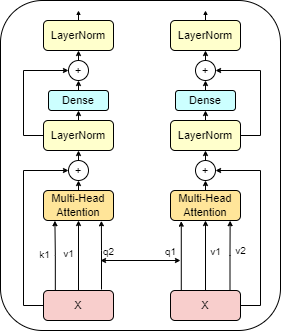
coderxiacheng/testmail keeps this draw.io diagram as 未命名绘图.drawio.png. Above is the earlier version. Source tidied: cells renumbered, new cells last; positions are measured from the earlier drawing's top-left corner, leaving out a move shared by most shapes.
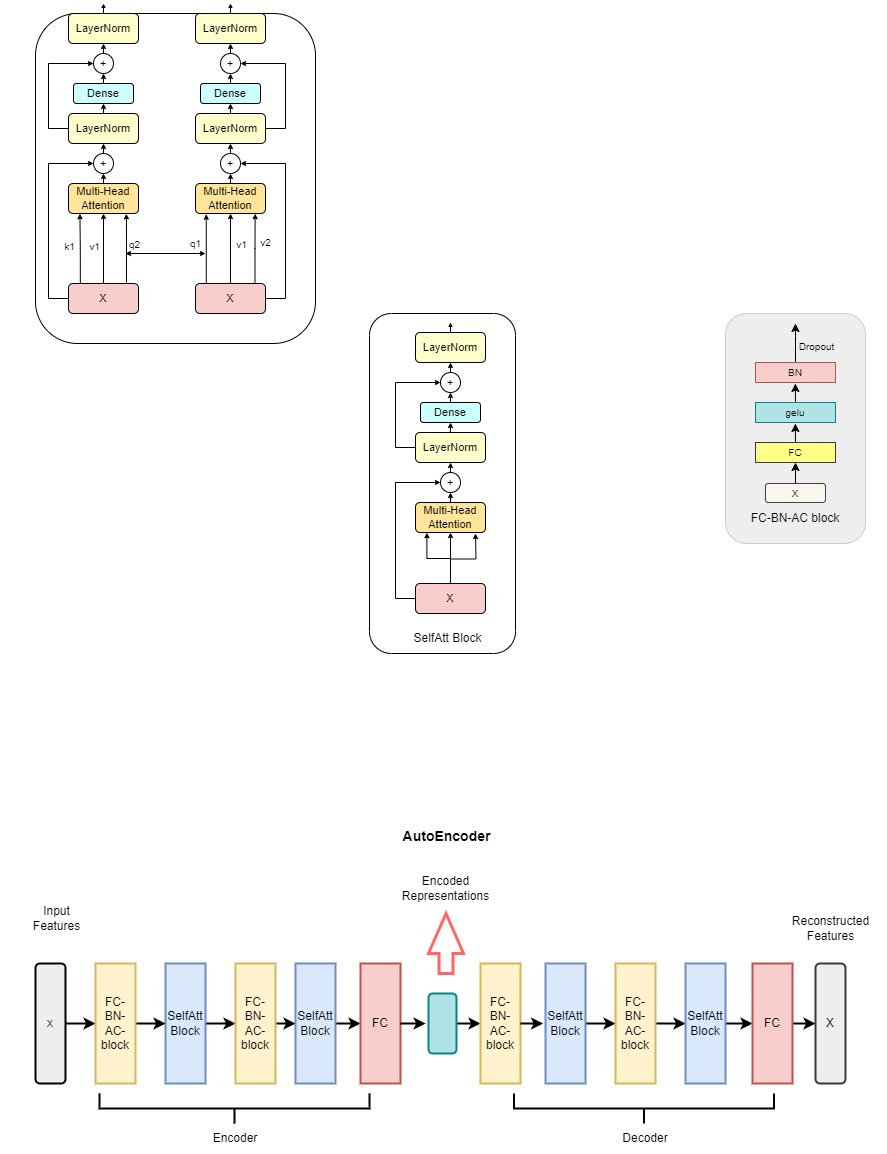
The same diagram one commit later.

Commit message:
更新未命名绘图.drawio.png

Diff of the diagram source:
```diff
@@ -2,8 +2,14 @@
   <root>
     <mxCell id="0" />
     <mxCell id="1" parent="0" />
+    <mxCell id="46" style="rounded=1;whiteSpace=wrap;html=1;strokeWidth=1;perimeterSpacing=17;shadow=0;fillStyle=auto;fontSize=10;fillColor=#eeeeee;strokeColor=#CCCCCC;" parent="1" vertex="1">
+      <mxGeometry x="700" y="320" width="140" height="230" as="geometry" />
+    </mxCell>
+    <mxCell id="47" style="rounded=1;whiteSpace=wrap;html=1;strokeWidth=1;perimeterSpacing=17;shadow=0;fillStyle=auto;" parent="1" vertex="1">
+      <mxGeometry x="344" y="320" width="146" height="340" as="geometry" />
+    </mxCell>
     <mxCell id="2" style="rounded=1;whiteSpace=wrap;html=1;strokeWidth=1;perimeterSpacing=17;shadow=0;fillStyle=auto;" parent="1" vertex="1">
-      <mxGeometry width="280" height="330" as="geometry" />
+      <mxGeometry x="10" y="20" width="280" height="330" as="geometry" />
     </mxCell>
     <mxCell id="3" style="edgeStyle=orthogonalEdgeStyle;rounded=0;jettySize=auto;html=1;exitX=0.5;exitY=0;exitDx=0;exitDy=0;entryX=0.5;entryY=1;entryDx=0;entryDy=0;endSize=3;startSize=3;strokeWidth=1;fontSize=11;" parent="1" edge="1" source="10" target="14">
       <mxGeometry relative="1" as="geometry" />
@@ -159,5 +165,211 @@
         <mxPoint x="180" y="260" as="targetPoint" />
       </mxGeometry>
     </mxCell>
+    <mxCell id="48" style="edgeStyle=orthogonalEdgeStyle;rounded=0;jettySize=auto;html=1;exitX=0.5;exitY=0;exitDx=0;exitDy=0;entryX=0.5;entryY=1;entryDx=0;entryDy=0;endSize=3;startSize=3;strokeWidth=1;fontSize=11;" parent="1" edge="1" source="52" target="56">
+      <mxGeometry relative="1" as="geometry" />
+    </mxCell>
+    <mxCell id="49" style="edgeStyle=orthogonalEdgeStyle;rounded=0;jettySize=auto;html=1;exitX=0;exitY=0.5;exitDx=0;exitDy=0;entryX=0;entryY=0.5;entryDx=0;entryDy=0;endSize=3;strokeWidth=1;fontSize=11;" parent="1" edge="1" source="52" target="54">
+      <mxGeometry relative="1" as="geometry" />
+    </mxCell>
+    <mxCell id="50" style="edgeStyle=orthogonalEdgeStyle;rounded=0;jettySize=auto;html=1;entryX=0.163;entryY=1.007;entryDx=0;entryDy=0;strokeWidth=1;endSize=3;entryPerimeter=0;fontSize=11;" parent="1" edge="1" target="56">
+      <mxGeometry relative="1" as="geometry">
+        <mxPoint x="425" y="589" as="sourcePoint" />
+        <Array as="points">
+          <mxPoint x="402" y="565" />
+        </Array>
+      </mxGeometry>
+    </mxCell>
+    <mxCell id="51" style="edgeStyle=orthogonalEdgeStyle;rounded=0;jettySize=auto;html=1;exitX=0.5;exitY=0;exitDx=0;exitDy=0;endSize=3;" parent="1" edge="1" source="52">
+      <mxGeometry relative="1" as="geometry">
+        <mxPoint x="450" y="540" as="targetPoint" />
+      </mxGeometry>
+    </mxCell>
+    <mxCell id="52" value="X" style="rounded=1;whiteSpace=wrap;html=1;fillColor=#f8cecc;strokeColor=#000000;strokeWidth=1;fontSize=11;" parent="1" vertex="1">
+      <mxGeometry x="390" y="590" width="70" height="30" as="geometry" />
+    </mxCell>
+    <mxCell id="53" style="edgeStyle=orthogonalEdgeStyle;rounded=0;jettySize=auto;html=1;exitX=0.5;exitY=0;exitDx=0;exitDy=0;entryX=0.5;entryY=1;entryDx=0;entryDy=0;endSize=3;strokeWidth=1;fontSize=11;" parent="1" edge="1" source="54" target="59">
+      <mxGeometry relative="1" as="geometry" />
+    </mxCell>
+    <mxCell id="54" value="+" style="ellipse;whiteSpace=wrap;html=1;fontSize=11;strokeWidth=1;" parent="1" vertex="1">
+      <mxGeometry x="415" y="479" width="20" height="20" as="geometry" />
+    </mxCell>
+    <mxCell id="55" style="edgeStyle=orthogonalEdgeStyle;rounded=0;jettySize=auto;html=1;exitX=0.5;exitY=0;exitDx=0;exitDy=0;entryX=0.5;entryY=1;entryDx=0;entryDy=0;endSize=3;strokeWidth=1;fontSize=11;" parent="1" edge="1" source="56" target="54">
+      <mxGeometry relative="1" as="geometry" />
+    </mxCell>
+    <mxCell id="56" value="Multi-Head&lt;div style=&quot;font-size: 11px;&quot;&gt;Attention&lt;/div&gt;" style="rounded=1;whiteSpace=wrap;html=1;fillColor=#FFE599;strokeColor=#000000;strokeWidth=1;fontSize=11;" parent="1" vertex="1">
+      <mxGeometry x="390" y="509" width="70" height="30" as="geometry" />
+    </mxCell>
+    <mxCell id="57" style="edgeStyle=orthogonalEdgeStyle;rounded=0;jettySize=auto;html=1;exitX=0.5;exitY=0;exitDx=0;exitDy=0;entryX=0.5;entryY=1;entryDx=0;entryDy=0;endSize=3;strokeWidth=1;fontSize=11;" parent="1" edge="1" source="59" target="61">
+      <mxGeometry relative="1" as="geometry" />
+    </mxCell>
+    <mxCell id="58" style="edgeStyle=orthogonalEdgeStyle;rounded=0;jettySize=auto;html=1;exitX=0;exitY=0.5;exitDx=0;exitDy=0;entryX=0;entryY=0.5;entryDx=0;entryDy=0;endSize=3;strokeWidth=1;fontSize=11;" parent="1" edge="1" source="59" target="63">
+      <mxGeometry relative="1" as="geometry" />
+    </mxCell>
+    <mxCell id="59" value="LayerNorm" style="rounded=1;whiteSpace=wrap;html=1;fillColor=#FFFFCC;strokeColor=#000000;strokeWidth=1;fontSize=11;" parent="1" vertex="1">
+      <mxGeometry x="390" y="439" width="70" height="30" as="geometry" />
+    </mxCell>
+    <mxCell id="60" style="edgeStyle=orthogonalEdgeStyle;rounded=0;jettySize=auto;html=1;exitX=0.5;exitY=0;exitDx=0;exitDy=0;entryX=0.5;entryY=1;entryDx=0;entryDy=0;endSize=3;strokeWidth=1;fontSize=11;" parent="1" edge="1" source="61" target="63">
+      <mxGeometry relative="1" as="geometry" />
+    </mxCell>
+    <mxCell id="61" value="Dense" style="rounded=1;whiteSpace=wrap;html=1;fillColor=#CCFFFF;strokeColor=#000000;strokeWidth=1;fontSize=11;" parent="1" vertex="1">
+      <mxGeometry x="395" y="409" width="60" height="20" as="geometry" />
+    </mxCell>
+    <mxCell id="62" style="edgeStyle=orthogonalEdgeStyle;rounded=0;jettySize=auto;html=1;exitX=0.5;exitY=0;exitDx=0;exitDy=0;entryX=0.5;entryY=1;entryDx=0;entryDy=0;endSize=3;strokeWidth=1;fontSize=11;" parent="1" edge="1" source="63" target="65">
+      <mxGeometry relative="1" as="geometry" />
+    </mxCell>
+    <mxCell id="63" value="+" style="ellipse;whiteSpace=wrap;html=1;fontSize=11;strokeWidth=1;" parent="1" vertex="1">
+      <mxGeometry x="415" y="379" width="20" height="20" as="geometry" />
+    </mxCell>
+    <mxCell id="64" style="edgeStyle=orthogonalEdgeStyle;rounded=0;jettySize=auto;html=1;exitX=0.5;exitY=0;exitDx=0;exitDy=0;endSize=2;strokeWidth=1;fontSize=11;" parent="1" edge="1" source="65">
+      <mxGeometry relative="1" as="geometry">
+        <mxPoint x="425" y="329" as="targetPoint" />
+      </mxGeometry>
+    </mxCell>
+    <mxCell id="65" value="LayerNorm" style="rounded=1;whiteSpace=wrap;html=1;fillColor=#FFFFCC;strokeColor=#000000;strokeWidth=1;fontSize=11;" parent="1" vertex="1">
+      <mxGeometry x="390" y="339" width="70" height="30" as="geometry" />
+    </mxCell>
+    <mxCell id="66" style="edgeStyle=orthogonalEdgeStyle;rounded=0;jettySize=auto;html=1;exitX=1;exitY=0.5;exitDx=0;exitDy=0;entryX=0.5;entryY=1;entryDx=0;entryDy=0;strokeWidth=2;" parent="1" edge="1" source="67" target="82">
+      <mxGeometry relative="1" as="geometry" />
+    </mxCell>
+    <mxCell id="67" value="x" style="rounded=1;whiteSpace=wrap;html=1;fillColor=#eeeeee;strokeColor=#000000;strokeWidth=2;" parent="1" vertex="1">
+      <mxGeometry x="10" y="970" width="30" height="120" as="geometry" />
+    </mxCell>
+    <mxCell id="68" style="edgeStyle=orthogonalEdgeStyle;rounded=0;jettySize=auto;html=1;exitX=0.5;exitY=0;exitDx=0;exitDy=0;fontSize=10;" parent="1" edge="1" source="70">
+      <mxGeometry relative="1" as="geometry">
+        <mxPoint x="770" y="330" as="targetPoint" />
+      </mxGeometry>
+    </mxCell>
+    <mxCell id="69" value="Dropout" style="edgeLabel;html=1;align=center;verticalAlign=middle;fontSize=10;labelBackgroundColor=none;" parent="68" vertex="1">
+      <mxGeometry x="-0.52" y="-2" relative="1" as="geometry">
+        <mxPoint x="18" y="-8" as="offset" />
+      </mxGeometry>
+    </mxCell>
+    <mxCell id="70" value="BN" style="rounded=0;whiteSpace=wrap;html=1;fontSize=10;fillColor=#f8cecc;strokeColor=#b85450;" parent="1" vertex="1">
+      <mxGeometry x="730" y="369" width="80" height="20" as="geometry" />
+    </mxCell>
+    <mxCell id="71" style="edgeStyle=orthogonalEdgeStyle;rounded=0;jettySize=auto;html=1;exitX=0.5;exitY=0;exitDx=0;exitDy=0;fontSize=10;" parent="1" edge="1" source="72">
+      <mxGeometry relative="1" as="geometry">
+        <mxPoint x="769.9" y="390" as="targetPoint" />
+      </mxGeometry>
+    </mxCell>
+    <mxCell id="72" value="gelu" style="rounded=0;whiteSpace=wrap;html=1;fontSize=10;fillColor=#b0e3e6;strokeColor=#0e8088;" parent="1" vertex="1">
+      <mxGeometry x="730" y="409" width="80" height="20" as="geometry" />
+    </mxCell>
+    <mxCell id="73" style="edgeStyle=orthogonalEdgeStyle;rounded=0;jettySize=auto;html=1;exitX=0.5;exitY=0;exitDx=0;exitDy=0;fontSize=10;" parent="1" edge="1" source="74">
+      <mxGeometry relative="1" as="geometry">
+        <mxPoint x="769.9" y="430" as="targetPoint" />
+      </mxGeometry>
+    </mxCell>
+    <mxCell id="74" value="FC" style="rounded=0;whiteSpace=wrap;html=1;fontSize=10;fillColor=#ffff88;strokeColor=#36393d;" parent="1" vertex="1">
+      <mxGeometry x="730" y="449" width="80" height="20" as="geometry" />
+    </mxCell>
+    <mxCell id="75" style="edgeStyle=orthogonalEdgeStyle;rounded=0;jettySize=auto;html=1;exitX=0.5;exitY=0;exitDx=0;exitDy=0;entryX=0.5;entryY=1;entryDx=0;entryDy=0;fontSize=10;" parent="1" edge="1" source="76" target="74">
+      <mxGeometry relative="1" as="geometry" />
+    </mxCell>
+    <mxCell id="76" value="X" style="rounded=1;whiteSpace=wrap;html=1;fontSize=10;fillColor=#f9f7ed;strokeColor=#36393d;" parent="1" vertex="1">
+      <mxGeometry x="740" y="490" width="60" height="19" as="geometry" />
+    </mxCell>
+    <mxCell id="77" value="FC-BN-AC block" style="text;html=1;align=center;verticalAlign=middle;whiteSpace=wrap;rounded=0;" parent="1" vertex="1">
+      <mxGeometry x="720" y="510" width="100" height="30" as="geometry" />
+    </mxCell>
+    <mxCell id="78" style="edgeStyle=orthogonalEdgeStyle;rounded=0;jettySize=auto;html=1;exitX=0.5;exitY=0;exitDx=0;exitDy=0;entryX=0.5;entryY=1;entryDx=0;entryDy=0;strokeWidth=2;" parent="1" edge="1" source="79" target="84">
+      <mxGeometry relative="1" as="geometry" />
+    </mxCell>
+    <mxCell id="79" value="SelfAtt&lt;div&gt;Block&lt;/div&gt;" style="rounded=0;whiteSpace=wrap;html=1;direction=south;fillColor=#dae8fc;strokeColor=#6c8ebf;strokeWidth=2;" parent="1" vertex="1">
+      <mxGeometry x="140" y="970" width="40" height="120" as="geometry" />
+    </mxCell>
+    <mxCell id="80" value="SelfAtt Block" style="text;html=1;align=center;verticalAlign=middle;whiteSpace=wrap;rounded=0;" parent="1" vertex="1">
+      <mxGeometry x="375" y="630" width="95" height="30" as="geometry" />
+    </mxCell>
+    <mxCell id="81" style="edgeStyle=orthogonalEdgeStyle;rounded=0;jettySize=auto;html=1;exitX=0.5;exitY=0;exitDx=0;exitDy=0;entryX=0.5;entryY=1;entryDx=0;entryDy=0;strokeWidth=2;" parent="1" edge="1" source="82" target="79">
+      <mxGeometry relative="1" as="geometry" />
+    </mxCell>
+    <mxCell id="82" value="FC-BN-AC-block" style="rounded=0;whiteSpace=wrap;html=1;direction=south;fillColor=#fff2cc;strokeColor=#d6b656;strokeWidth=2;" parent="1" vertex="1">
+      <mxGeometry x="70" y="970" width="40" height="120" as="geometry" />
+    </mxCell>
+    <mxCell id="83" style="edgeStyle=orthogonalEdgeStyle;rounded=0;jettySize=auto;html=1;exitX=0.5;exitY=0;exitDx=0;exitDy=0;entryX=0.5;entryY=1;entryDx=0;entryDy=0;strokeWidth=2;" parent="1" edge="1" source="84" target="86">
+      <mxGeometry relative="1" as="geometry" />
+    </mxCell>
+    <mxCell id="84" value="FC-BN-AC-block" style="rounded=0;whiteSpace=wrap;html=1;direction=south;fillColor=#fff2cc;strokeColor=#d6b656;strokeWidth=2;" parent="1" vertex="1">
+      <mxGeometry x="210" y="970" width="40" height="120" as="geometry" />
+    </mxCell>
+    <mxCell id="85" style="edgeStyle=orthogonalEdgeStyle;rounded=0;jettySize=auto;html=1;exitX=0.5;exitY=0;exitDx=0;exitDy=0;entryX=0.5;entryY=1;entryDx=0;entryDy=0;strokeWidth=2;" parent="1" edge="1" source="86" target="87">
+      <mxGeometry relative="1" as="geometry" />
+    </mxCell>
+    <mxCell id="86" value="SelfAtt&lt;div&gt;Block&lt;/div&gt;" style="rounded=0;whiteSpace=wrap;html=1;direction=south;fillColor=#dae8fc;strokeColor=#6c8ebf;strokeWidth=2;" parent="1" vertex="1">
+      <mxGeometry x="270" y="970" width="40" height="120" as="geometry" />
+    </mxCell>
+    <mxCell id="87" value="FC" style="rounded=0;whiteSpace=wrap;html=1;direction=south;fillColor=#f8cecc;strokeColor=#b85450;strokeWidth=2;" parent="1" vertex="1">
+      <mxGeometry x="335" y="970" width="40" height="120" as="geometry" />
+    </mxCell>
+    <mxCell id="88" style="edgeStyle=orthogonalEdgeStyle;rounded=0;jettySize=auto;html=1;exitX=1;exitY=0.5;exitDx=0;exitDy=0;entryX=0.5;entryY=1;entryDx=0;entryDy=0;strokeWidth=2;" parent="1" edge="1" source="89" target="92">
+      <mxGeometry relative="1" as="geometry" />
+    </mxCell>
+    <mxCell id="89" style="rounded=1;whiteSpace=wrap;html=1;fillColor=#b0e3e6;strokeColor=#0e8088;strokeWidth=2;" parent="1" vertex="1">
+      <mxGeometry x="403" y="1000" width="28" height="60" as="geometry" />
+    </mxCell>
+    <mxCell id="90" style="edgeStyle=orthogonalEdgeStyle;rounded=0;jettySize=auto;html=1;exitX=0.5;exitY=0;exitDx=0;exitDy=0;entryX=0.5;entryY=1;entryDx=0;entryDy=0;strokeWidth=2;" parent="1" edge="1" source="91" target="94">
+      <mxGeometry relative="1" as="geometry" />
+    </mxCell>
+    <mxCell id="91" value="SelfAtt&lt;div&gt;Block&lt;/div&gt;" style="rounded=0;whiteSpace=wrap;html=1;direction=south;fillColor=#dae8fc;strokeColor=#6c8ebf;strokeWidth=2;" parent="1" vertex="1">
+      <mxGeometry x="520" y="970" width="40" height="120" as="geometry" />
+    </mxCell>
+    <mxCell id="92" value="FC-BN-AC-block" style="rounded=0;whiteSpace=wrap;html=1;direction=south;fillColor=#fff2cc;strokeColor=#d6b656;strokeWidth=2;" parent="1" vertex="1">
+      <mxGeometry x="455" y="970" width="40" height="120" as="geometry" />
+    </mxCell>
+    <mxCell id="93" style="edgeStyle=orthogonalEdgeStyle;rounded=0;jettySize=auto;html=1;exitX=0.5;exitY=0;exitDx=0;exitDy=0;entryX=0.5;entryY=1;entryDx=0;entryDy=0;strokeWidth=2;" parent="1" edge="1" source="94" target="96">
+      <mxGeometry relative="1" as="geometry" />
+    </mxCell>
+    <mxCell id="94" value="FC-BN-AC-block" style="rounded=0;whiteSpace=wrap;html=1;direction=south;fillColor=#fff2cc;strokeColor=#d6b656;strokeWidth=2;" parent="1" vertex="1">
+      <mxGeometry x="590" y="970" width="40" height="120" as="geometry" />
+    </mxCell>
+    <mxCell id="95" style="edgeStyle=orthogonalEdgeStyle;rounded=0;jettySize=auto;html=1;exitX=0.5;exitY=0;exitDx=0;exitDy=0;entryX=0.5;entryY=1;entryDx=0;entryDy=0;strokeWidth=2;" parent="1" edge="1" source="96" target="98">
+      <mxGeometry relative="1" as="geometry" />
+    </mxCell>
+    <mxCell id="96" value="SelfAtt&lt;div&gt;Block&lt;/div&gt;" style="rounded=0;whiteSpace=wrap;html=1;direction=south;fillColor=#dae8fc;strokeColor=#6c8ebf;strokeWidth=2;" parent="1" vertex="1">
+      <mxGeometry x="660" y="970" width="40" height="120" as="geometry" />
+    </mxCell>
+    <mxCell id="97" style="edgeStyle=orthogonalEdgeStyle;rounded=0;jettySize=auto;html=1;exitX=0.5;exitY=0;exitDx=0;exitDy=0;entryX=0;entryY=0.5;entryDx=0;entryDy=0;strokeWidth=2;" parent="1" edge="1" source="98" target="99">
+      <mxGeometry relative="1" as="geometry" />
+    </mxCell>
+    <mxCell id="98" value="FC" style="rounded=0;whiteSpace=wrap;html=1;direction=south;fillColor=#f8cecc;strokeColor=#b85450;strokeWidth=2;" parent="1" vertex="1">
+      <mxGeometry x="727" y="970" width="40" height="120" as="geometry" />
+    </mxCell>
+    <mxCell id="99" value="X" style="rounded=1;whiteSpace=wrap;html=1;fillColor=#eeeeee;strokeColor=#36393d;strokeWidth=2;" parent="1" vertex="1">
+      <mxGeometry x="790" y="970" width="30" height="120" as="geometry" />
+    </mxCell>
+    <mxCell id="100" style="edgeStyle=orthogonalEdgeStyle;rounded=0;jettySize=auto;html=1;exitX=0.5;exitY=0;exitDx=0;exitDy=0;entryX=-0.104;entryY=0.497;entryDx=0;entryDy=0;entryPerimeter=0;strokeWidth=2;" parent="1" edge="1" source="87" target="89">
+      <mxGeometry relative="1" as="geometry" />
+    </mxCell>
+    <mxCell id="101" style="edgeStyle=orthogonalEdgeStyle;rounded=0;jettySize=auto;html=1;exitX=0.5;exitY=0;exitDx=0;exitDy=0;entryX=0.495;entryY=1.06;entryDx=0;entryDy=0;entryPerimeter=0;strokeWidth=2;" parent="1" edge="1" source="92" target="91">
+      <mxGeometry relative="1" as="geometry" />
+    </mxCell>
+    <mxCell id="102" style="strokeWidth=2;html=1;shape=mxgraph.flowchart.annotation_2;align=left;labelPosition=right;direction=north;" parent="1" vertex="1">
+      <mxGeometry x="74" y="1100" width="270" height="30" as="geometry" />
+    </mxCell>
+    <mxCell id="103" style="strokeWidth=2;html=1;shape=mxgraph.flowchart.annotation_2;align=left;labelPosition=right;direction=north;" parent="1" vertex="1">
+      <mxGeometry x="488.5" y="1100" width="260" height="30" as="geometry" />
+    </mxCell>
+    <mxCell id="104" value="Encoder" style="text;html=1;align=center;verticalAlign=middle;whiteSpace=wrap;rounded=0;" parent="1" vertex="1">
+      <mxGeometry x="180" y="1130" width="60" height="30" as="geometry" />
+    </mxCell>
+    <mxCell id="105" value="Decoder" style="text;html=1;align=center;verticalAlign=middle;whiteSpace=wrap;rounded=0;" parent="1" vertex="1">
+      <mxGeometry x="590" y="1130" width="60" height="30" as="geometry" />
+    </mxCell>
+    <mxCell id="106" style="html=1;shadow=0;dashed=0;align=center;verticalAlign=middle;shape=mxgraph.arrows2.arrow;dy=0.6;dx=40;direction=north;notch=0;strokeColor=#FF6666;strokeWidth=3;" parent="1" vertex="1">
+      <mxGeometry x="403" y="920" width="35" height="60" as="geometry" />
+    </mxCell>
+    <mxCell id="107" value="Encoded&lt;div&gt;Representations&lt;/div&gt;" style="text;html=1;align=center;verticalAlign=middle;whiteSpace=wrap;rounded=0;" parent="1" vertex="1">
+      <mxGeometry x="364" y="880" width="113" height="30" as="geometry" />
+    </mxCell>
+    <mxCell id="108" value="Input&lt;div&gt;Features&lt;/div&gt;" style="text;html=1;align=center;verticalAlign=middle;whiteSpace=wrap;rounded=0;" parent="1" vertex="1">
+      <mxGeometry x="-25" y="910" width="113" height="30" as="geometry" />
+    </mxCell>
+    <mxCell id="109" value="Reconstructed&lt;div&gt;Features&lt;/div&gt;" style="text;html=1;align=center;verticalAlign=middle;whiteSpace=wrap;rounded=0;" parent="1" vertex="1">
+      <mxGeometry x="748.5" y="920" width="113" height="30" as="geometry" />
+    </mxCell>
+    <mxCell id="110" value="AutoEncoder" style="text;html=1;align=center;verticalAlign=middle;strokeColor=none;fillColor=none;strokeWidth=2;fontStyle=1;fontSize=14;" parent="1" vertex="1">
+      <mxGeometry x="370.5" y="828" width="100" height="30" as="geometry" />
+    </mxCell>
   </root>
 </mxGraphModel>
```
